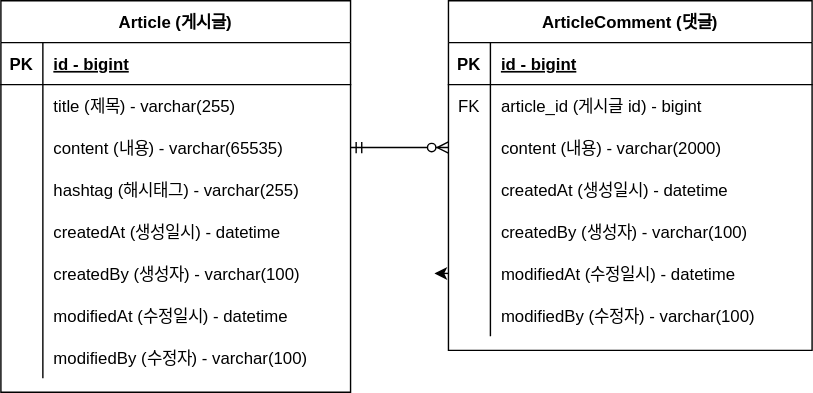
Above: document/project-board-erd.svg in sGOM/fastcampus-project-board (draw.io), before the change. Source tidied: cells renumbered, new cells last; positions are measured from the earlier drawing's top-left corner, leaving out a move shared by most shapes.
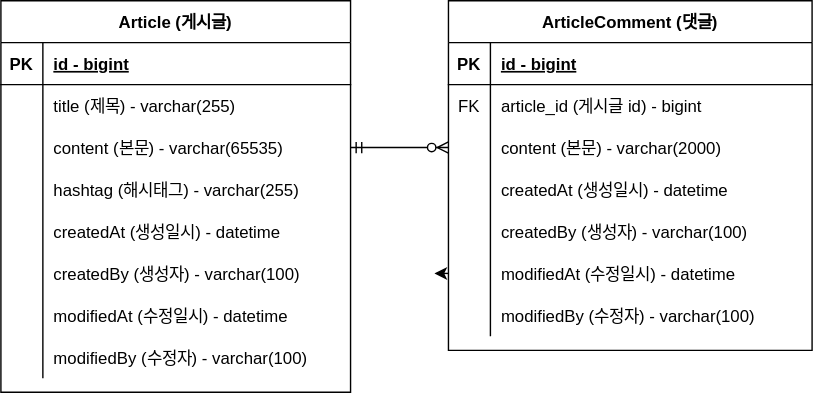
Above is the later version.

Commit message:
#8 - ERD 주석 업데이트 project-board-erd.svg

Diff of the diagram source:
```diff
@@ -29,7 +29,7 @@
     <mxCell id="10" style="shape=partialRectangle;overflow=hidden;fillColor=none;top=0;left=0;bottom=0;right=0;" parent="9" vertex="1">
       <mxGeometry width="30" height="30" as="geometry" />
     </mxCell>
-    <mxCell id="11" value="content (내용) - varchar(65535)" style="shape=partialRectangle;overflow=hidden;fillColor=none;top=0;left=0;bottom=0;right=0;align=left;spacingLeft=6;" parent="9" vertex="1">
+    <mxCell id="11" value="content (본문) - varchar(65535)" style="shape=partialRectangle;overflow=hidden;fillColor=none;top=0;left=0;bottom=0;right=0;align=left;spacingLeft=6;" parent="9" vertex="1">
       <mxGeometry x="30" width="220" height="30" as="geometry" />
     </mxCell>
     <mxCell id="12" style="shape=partialRectangle;fillColor=none;top=0;left=0;right=0;bottom=0;" parent="2" vertex="1">
@@ -104,7 +104,7 @@
     <mxCell id="35" style="shape=partialRectangle;overflow=hidden;fillColor=none;top=0;left=0;bottom=0;right=0;" parent="34" vertex="1">
       <mxGeometry width="30" height="30" as="geometry" />
     </mxCell>
-    <mxCell id="36" value="content (내용) - varchar(2000)" style="shape=partialRectangle;overflow=hidden;fillColor=none;top=0;left=0;bottom=0;right=0;align=left;spacingLeft=6;" parent="34" vertex="1">
+    <mxCell id="36" value="content (본문) - varchar(2000)" style="shape=partialRectangle;overflow=hidden;fillColor=none;top=0;left=0;bottom=0;right=0;align=left;spacingLeft=6;" parent="34" vertex="1">
       <mxGeometry x="30" width="230" height="30" as="geometry" />
     </mxCell>
     <mxCell id="37" style="shape=partialRectangle;fillColor=none;top=0;left=0;right=0;bottom=0;" parent="27" vertex="1">
```
